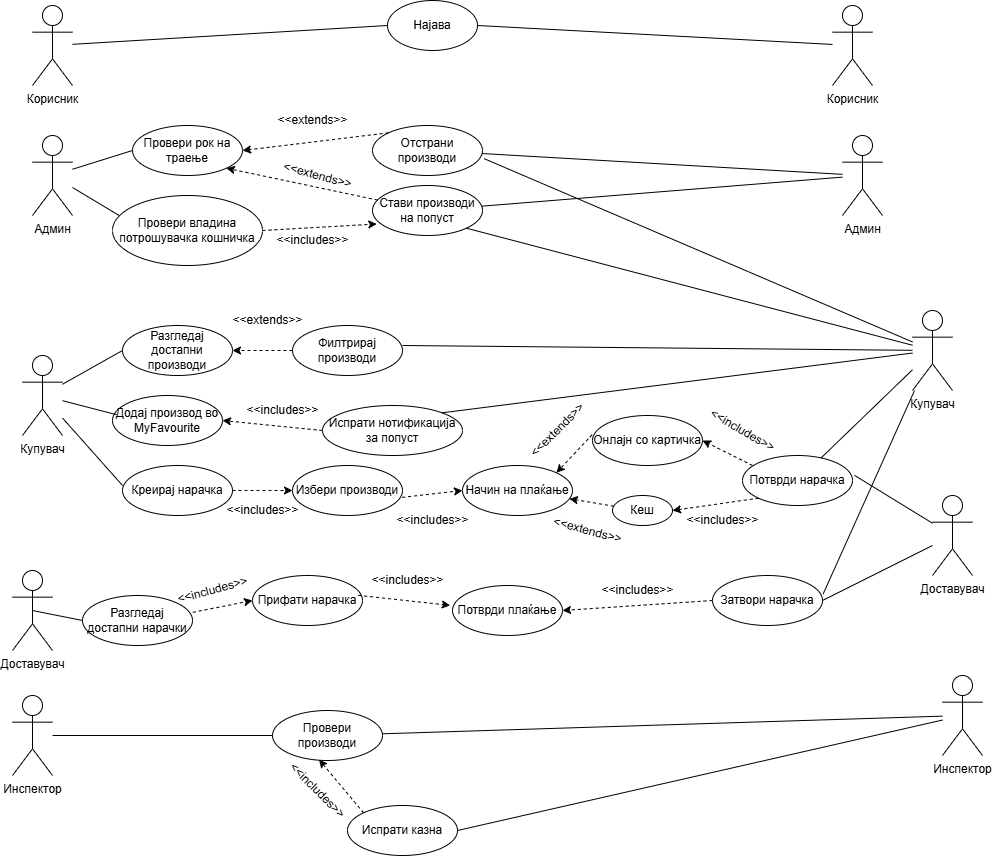
BorjanCFC/ADIS keeps this draw.io diagram as Seminarska/UseCaseDiagram.drawio.png. Above is the earlier version. Source tidied: cells renumbered, new cells last; positions are measured from the earlier drawing's top-left corner, leaving out a move shared by most shapes.
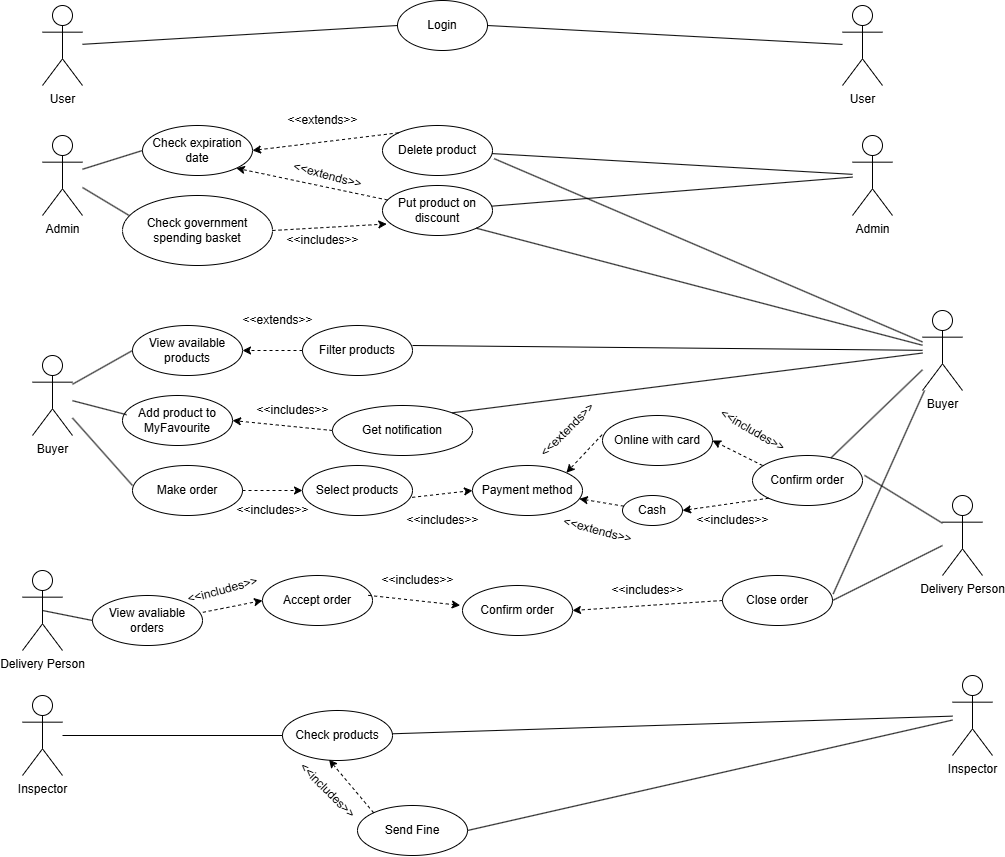
After the change.

Change to the diagram source:
```diff
@@ -2,13 +2,13 @@
   <root>
     <mxCell id="0" />
     <mxCell id="1" parent="0" />
-    <mxCell id="2" value="Корисник" style="shape=umlActor;verticalLabelPosition=bottom;verticalAlign=top;html=1;outlineConnect=0;" parent="1" vertex="1">
+    <mxCell id="2" value="User" style="shape=umlActor;verticalLabelPosition=bottom;verticalAlign=top;html=1;outlineConnect=0;" parent="1" vertex="1">
       <mxGeometry x="20" y="5" width="40" height="80" as="geometry" />
     </mxCell>
-    <mxCell id="3" value="Најава" style="ellipse;whiteSpace=wrap;html=1;" parent="1" vertex="1">
+    <mxCell id="3" value="Login" style="ellipse;whiteSpace=wrap;html=1;" parent="1" vertex="1">
       <mxGeometry x="375" width="90" height="50" as="geometry" />
     </mxCell>
-    <mxCell id="4" value="Корисник" style="shape=umlActor;verticalLabelPosition=bottom;verticalAlign=top;html=1;outlineConnect=0;" parent="1" vertex="1">
+    <mxCell id="4" value="User" style="shape=umlActor;verticalLabelPosition=bottom;verticalAlign=top;html=1;outlineConnect=0;" parent="1" vertex="1">
       <mxGeometry x="820" y="5" width="40" height="80" as="geometry" />
     </mxCell>
     <mxCell id="5" style="endArrow=none;html=1;rounded=0;entryX=0;entryY=0.5;entryDx=0;entryDy=0;" parent="1" edge="1" source="2" target="3">
@@ -17,19 +17,19 @@
     <mxCell id="6" style="endArrow=none;html=1;rounded=0;entryX=1;entryY=0.5;entryDx=0;entryDy=0;" parent="1" edge="1" source="4" target="3">
       <mxGeometry relative="1" as="geometry" />
     </mxCell>
-    <mxCell id="7" value="Админ" style="shape=umlActor;verticalLabelPosition=bottom;verticalAlign=top;html=1;outlineConnect=0;" parent="1" vertex="1">
+    <mxCell id="7" value="Admin" style="shape=umlActor;verticalLabelPosition=bottom;verticalAlign=top;html=1;outlineConnect=0;" parent="1" vertex="1">
       <mxGeometry x="20" y="135" width="40" height="80" as="geometry" />
     </mxCell>
-    <mxCell id="8" value="Стави производи&lt;br&gt;на попуст" style="ellipse;whiteSpace=wrap;html=1;" parent="1" vertex="1">
+    <mxCell id="8" value="Put product on discount" style="ellipse;whiteSpace=wrap;html=1;" parent="1" vertex="1">
       <mxGeometry x="360" y="185" width="110" height="50" as="geometry" />
     </mxCell>
-    <mxCell id="9" value="Провери рок на траење" style="ellipse;whiteSpace=wrap;html=1;" parent="1" vertex="1">
+    <mxCell id="9" value="Check expiration date" style="ellipse;whiteSpace=wrap;html=1;" parent="1" vertex="1">
       <mxGeometry x="120" y="125" width="110" height="50" as="geometry" />
     </mxCell>
-    <mxCell id="10" value="Отстрани производи" style="ellipse;whiteSpace=wrap;html=1;" parent="1" vertex="1">
+    <mxCell id="10" value="Delete product" style="ellipse;whiteSpace=wrap;html=1;" parent="1" vertex="1">
       <mxGeometry x="360" y="125" width="110" height="50" as="geometry" />
     </mxCell>
-    <mxCell id="11" value="Провери владина потрошувачка кошничка" style="ellipse;whiteSpace=wrap;html=1;" parent="1" vertex="1">
+    <mxCell id="11" value="Check government spending basket" style="ellipse;whiteSpace=wrap;html=1;" parent="1" vertex="1">
       <mxGeometry x="100" y="195" width="150" height="70" as="geometry" />
     </mxCell>
     <mxCell id="12" style="endArrow=none;html=1;rounded=0;entryX=0;entryY=0.5;entryDx=0;entryDy=0;" parent="1" edge="1" source="7" target="9">
@@ -56,10 +56,10 @@
     <mxCell id="19" value="&amp;lt;&amp;lt;extends&amp;gt;&amp;gt;" style="text;html=1;align=center;verticalAlign=middle;strokeColor=none;fillColor=none;rotation=15;" parent="1" vertex="1">
       <mxGeometry x="260" y="160" width="90" height="30" as="geometry" />
     </mxCell>
-    <mxCell id="20" value="Админ" style="shape=umlActor;verticalLabelPosition=bottom;verticalAlign=top;html=1;outlineConnect=0;" parent="1" vertex="1">
+    <mxCell id="20" value="Admin" style="shape=umlActor;verticalLabelPosition=bottom;verticalAlign=top;html=1;outlineConnect=0;" parent="1" vertex="1">
       <mxGeometry x="830" y="135" width="40" height="80" as="geometry" />
     </mxCell>
-    <mxCell id="21" value="Купувач" style="shape=umlActor;verticalLabelPosition=bottom;verticalAlign=top;html=1;outlineConnect=0;" parent="1" vertex="1">
+    <mxCell id="21" value="Buyer" style="shape=umlActor;verticalLabelPosition=bottom;verticalAlign=top;html=1;outlineConnect=0;" parent="1" vertex="1">
       <mxGeometry x="900" y="310" width="40" height="80" as="geometry" />
     </mxCell>
     <mxCell id="22" style="endArrow=none;html=1;rounded=0;" parent="1" edge="1" source="10" target="20">
@@ -74,19 +74,19 @@
     <mxCell id="25" style="endArrow=none;html=1;rounded=0;exitX=1;exitY=1;exitDx=0;exitDy=0;" parent="1" edge="1" source="8" target="21">
       <mxGeometry relative="1" as="geometry" />
     </mxCell>
-    <mxCell id="26" value="Купувач" style="shape=umlActor;verticalLabelPosition=bottom;verticalAlign=top;html=1;outlineConnect=0;" parent="1" vertex="1">
+    <mxCell id="26" value="Buyer" style="shape=umlActor;verticalLabelPosition=bottom;verticalAlign=top;html=1;outlineConnect=0;" parent="1" vertex="1">
       <mxGeometry x="10" y="355" width="40" height="80" as="geometry" />
     </mxCell>
-    <mxCell id="27" value="Разгледај достапни производи" style="ellipse;whiteSpace=wrap;html=1;" parent="1" vertex="1">
+    <mxCell id="27" value="View available products" style="ellipse;whiteSpace=wrap;html=1;" parent="1" vertex="1">
       <mxGeometry x="110" y="325" width="110" height="50" as="geometry" />
     </mxCell>
-    <mxCell id="28" value="Филтрирај производи" style="ellipse;whiteSpace=wrap;html=1;" parent="1" vertex="1">
+    <mxCell id="28" value="Filter products" style="ellipse;whiteSpace=wrap;html=1;" parent="1" vertex="1">
       <mxGeometry x="280" y="325" width="110" height="50" as="geometry" />
     </mxCell>
-    <mxCell id="29" value="Додај производ во MyFavourite" style="ellipse;whiteSpace=wrap;html=1;" parent="1" vertex="1">
+    <mxCell id="29" value="Add product to MyFavourite" style="ellipse;whiteSpace=wrap;html=1;" parent="1" vertex="1">
       <mxGeometry x="100" y="395" width="110" height="50" as="geometry" />
     </mxCell>
-    <mxCell id="30" value="Испрати нотификација за попуст" style="ellipse;whiteSpace=wrap;html=1;" parent="1" vertex="1">
+    <mxCell id="30" value="Get notification" style="ellipse;whiteSpace=wrap;html=1;" parent="1" vertex="1">
       <mxGeometry x="310" y="405" width="140" height="50" as="geometry" />
     </mxCell>
     <mxCell id="31" style="endArrow=classic;html=1;rounded=0;dashed=1;entryX=1;entryY=0.5;entryDx=0;entryDy=0;exitX=0;exitY=0.5;exitDx=0;exitDy=0;" parent="1" edge="1" source="30" target="29">
@@ -113,19 +113,19 @@
     <mxCell id="38" style="endArrow=none;html=1;rounded=0;entryX=0.037;entryY=0.384;entryDx=0;entryDy=0;entryPerimeter=0;" parent="1" edge="1" source="26" target="29">
       <mxGeometry relative="1" as="geometry" />
     </mxCell>
-    <mxCell id="39" value="Креирај нарачка" style="ellipse;whiteSpace=wrap;html=1;" parent="1" vertex="1">
+    <mxCell id="39" value="Make order" style="ellipse;whiteSpace=wrap;html=1;" parent="1" vertex="1">
       <mxGeometry x="110" y="465" width="110" height="50" as="geometry" />
     </mxCell>
     <mxCell id="40" style="endArrow=classic;html=1;rounded=0;exitX=1;exitY=0.5;exitDx=0;exitDy=0;dashed=1;" parent="1" edge="1" source="39" target="41">
       <mxGeometry relative="1" as="geometry" />
     </mxCell>
-    <mxCell id="41" value="Избери производи" style="ellipse;whiteSpace=wrap;html=1;" parent="1" vertex="1">
+    <mxCell id="41" value="Select products" style="ellipse;whiteSpace=wrap;html=1;" parent="1" vertex="1">
       <mxGeometry x="280" y="465" width="110" height="50" as="geometry" />
     </mxCell>
     <mxCell id="42" value="&amp;lt;&amp;lt;includes&amp;gt;&amp;gt;" style="text;html=1;align=center;verticalAlign=middle;strokeColor=none;fillColor=none;rotation=0;" parent="1" vertex="1">
       <mxGeometry x="200" y="495" width="100" height="30" as="geometry" />
     </mxCell>
-    <mxCell id="43" value="Начин на плаќање" style="ellipse;whiteSpace=wrap;html=1;" parent="1" vertex="1">
+    <mxCell id="43" value="Payment method" style="ellipse;whiteSpace=wrap;html=1;" parent="1" vertex="1">
       <mxGeometry x="450" y="465" width="110" height="50" as="geometry" />
     </mxCell>
     <mxCell id="44" style="endArrow=classic;html=1;rounded=0;exitX=0.997;exitY=0.637;exitDx=0;exitDy=0;dashed=1;exitPerimeter=0;entryX=0;entryY=0.5;entryDx=0;entryDy=0;" parent="1" edge="1" source="41" target="43">
@@ -134,10 +134,10 @@
     <mxCell id="45" value="&amp;lt;&amp;lt;includes&amp;gt;&amp;gt;" style="text;html=1;align=center;verticalAlign=middle;strokeColor=none;fillColor=none;rotation=0;" parent="1" vertex="1">
       <mxGeometry x="370" y="505" width="100" height="30" as="geometry" />
     </mxCell>
-    <mxCell id="46" value="Онлајн со картичка" style="ellipse;whiteSpace=wrap;html=1;" parent="1" vertex="1">
+    <mxCell id="46" value="Online with card" style="ellipse;whiteSpace=wrap;html=1;" parent="1" vertex="1">
       <mxGeometry x="580" y="415" width="110" height="50" as="geometry" />
     </mxCell>
-    <mxCell id="47" value="Кеш" style="ellipse;whiteSpace=wrap;html=1;" parent="1" vertex="1">
+    <mxCell id="47" value="Cash" style="ellipse;whiteSpace=wrap;html=1;" parent="1" vertex="1">
       <mxGeometry x="600" y="495" width="60" height="30" as="geometry" />
     </mxCell>
     <mxCell id="48" style="endArrow=classic;html=1;rounded=0;exitX=-0.003;exitY=0.383;exitDx=0;exitDy=0;dashed=1;exitPerimeter=0;entryX=1;entryY=0;entryDx=0;entryDy=0;" parent="1" edge="1" source="46" target="43">
@@ -152,7 +152,7 @@
     <mxCell id="51" value="&amp;lt;&amp;lt;extends&amp;gt;&amp;gt;" style="text;html=1;align=center;verticalAlign=middle;strokeColor=none;fillColor=none;rotation=15;" parent="1" vertex="1">
       <mxGeometry x="530" y="515" width="90" height="30" as="geometry" />
     </mxCell>
-    <mxCell id="52" value="Потврди нарачка" style="ellipse;whiteSpace=wrap;html=1;" parent="1" vertex="1">
+    <mxCell id="52" value="Confirm order" style="ellipse;whiteSpace=wrap;html=1;" parent="1" vertex="1">
       <mxGeometry x="730" y="455" width="110" height="50" as="geometry" />
     </mxCell>
     <mxCell id="53" style="endArrow=classic;html=1;rounded=0;dashed=1;entryX=1;entryY=0.5;entryDx=0;entryDy=0;exitX=0.091;exitY=0.2;exitDx=0;exitDy=0;exitPerimeter=0;" parent="1" edge="1" source="52" target="46">
@@ -173,28 +173,28 @@
     <mxCell id="58" style="endArrow=none;html=1;rounded=0;" parent="1" edge="1" source="52" target="21">
       <mxGeometry relative="1" as="geometry" />
     </mxCell>
-    <mxCell id="59" value="Доставувач" style="shape=umlActor;verticalLabelPosition=bottom;verticalAlign=top;html=1;outlineConnect=0;" parent="1" vertex="1">
+    <mxCell id="59" value="Delivery Person" style="shape=umlActor;verticalLabelPosition=bottom;verticalAlign=top;html=1;outlineConnect=0;" parent="1" vertex="1">
       <mxGeometry x="920" y="495" width="40" height="80" as="geometry" />
     </mxCell>
     <mxCell id="60" style="endArrow=none;html=1;rounded=0;exitX=1.018;exitY=0.397;exitDx=0;exitDy=0;exitPerimeter=0;" parent="1" edge="1" source="52" target="59">
       <mxGeometry relative="1" as="geometry" />
     </mxCell>
-    <mxCell id="61" value="Доставувач" style="shape=umlActor;verticalLabelPosition=bottom;verticalAlign=top;html=1;outlineConnect=0;" parent="1" vertex="1">
+    <mxCell id="61" value="&lt;span style=&quot;color: rgb(0, 0, 0);&quot;&gt;Delivery Person&lt;/span&gt;" style="shape=umlActor;verticalLabelPosition=bottom;verticalAlign=top;html=1;outlineConnect=0;" parent="1" vertex="1">
       <mxGeometry y="570" width="40" height="80" as="geometry" />
     </mxCell>
-    <mxCell id="62" value="Разгледај достапни нарачки" style="ellipse;whiteSpace=wrap;html=1;" parent="1" vertex="1">
+    <mxCell id="62" value="View avaliable orders" style="ellipse;whiteSpace=wrap;html=1;" parent="1" vertex="1">
       <mxGeometry x="70" y="595" width="110" height="50" as="geometry" />
     </mxCell>
     <mxCell id="63" style="endArrow=classic;html=1;rounded=0;dashed=1;exitX=1.003;exitY=0.337;exitDx=0;exitDy=0;exitPerimeter=0;entryX=0;entryY=0.5;entryDx=0;entryDy=0;" parent="1" edge="1" source="62" target="64">
       <mxGeometry relative="1" as="geometry" />
     </mxCell>
-    <mxCell id="64" value="Прифати нарачка" style="ellipse;whiteSpace=wrap;html=1;" parent="1" vertex="1">
+    <mxCell id="64" value="Accept order" style="ellipse;whiteSpace=wrap;html=1;" parent="1" vertex="1">
       <mxGeometry x="240" y="575" width="110" height="50" as="geometry" />
     </mxCell>
     <mxCell id="65" value="&amp;lt;&amp;lt;includes&amp;gt;&amp;gt;" style="text;html=1;align=center;verticalAlign=middle;strokeColor=none;fillColor=none;rotation=-15;" parent="1" vertex="1">
       <mxGeometry x="150" y="575" width="100" height="30" as="geometry" />
     </mxCell>
-    <mxCell id="66" value="Потврди плаќање" style="ellipse;whiteSpace=wrap;html=1;" parent="1" vertex="1">
+    <mxCell id="66" value="Confirm order" style="ellipse;whiteSpace=wrap;html=1;" parent="1" vertex="1">
       <mxGeometry x="440" y="585" width="110" height="50" as="geometry" />
     </mxCell>
     <mxCell id="67" style="endArrow=classic;html=1;rounded=0;exitX=0.961;exitY=0.397;exitDx=0;exitDy=0;dashed=1;exitPerimeter=0;entryX=-0.021;entryY=0.397;entryDx=0;entryDy=0;entryPerimeter=0;" parent="1" edge="1" source="64" target="66">
@@ -209,7 +209,7 @@
     <mxCell id="70" style="endArrow=classic;html=1;rounded=0;dashed=1;entryX=1;entryY=0.5;entryDx=0;entryDy=0;exitX=0;exitY=0.5;exitDx=0;exitDy=0;" parent="1" edge="1" source="71" target="66">
       <mxGeometry relative="1" as="geometry" />
     </mxCell>
-    <mxCell id="71" value="Затвори нарачка" style="ellipse;whiteSpace=wrap;html=1;" parent="1" vertex="1">
+    <mxCell id="71" value="Close order" style="ellipse;whiteSpace=wrap;html=1;" parent="1" vertex="1">
       <mxGeometry x="700" y="575" width="110" height="50" as="geometry" />
     </mxCell>
     <mxCell id="72" style="endArrow=none;html=1;rounded=0;exitX=1.006;exitY=0.37;exitDx=0;exitDy=0;exitPerimeter=0;" parent="1" edge="1" source="71" target="21">
@@ -221,13 +221,13 @@
     <mxCell id="74" style="endArrow=none;html=1;rounded=0;entryX=0;entryY=0.5;entryDx=0;entryDy=0;exitX=0.5;exitY=0.5;exitDx=0;exitDy=0;exitPerimeter=0;" parent="1" edge="1" source="61" target="62">
       <mxGeometry relative="1" as="geometry" />
     </mxCell>
-    <mxCell id="75" value="Инспектор" style="shape=umlActor;verticalLabelPosition=bottom;verticalAlign=top;html=1;outlineConnect=0;" parent="1" vertex="1">
+    <mxCell id="75" value="Inspector" style="shape=umlActor;verticalLabelPosition=bottom;verticalAlign=top;html=1;outlineConnect=0;" parent="1" vertex="1">
       <mxGeometry y="695" width="40" height="80" as="geometry" />
     </mxCell>
-    <mxCell id="76" value="Провери производи" style="ellipse;whiteSpace=wrap;html=1;" parent="1" vertex="1">
+    <mxCell id="76" value="Check products" style="ellipse;whiteSpace=wrap;html=1;" parent="1" vertex="1">
       <mxGeometry x="260" y="710" width="110" height="50" as="geometry" />
     </mxCell>
-    <mxCell id="77" value="Инспектор" style="shape=umlActor;verticalLabelPosition=bottom;verticalAlign=top;html=1;outlineConnect=0;" parent="1" vertex="1">
+    <mxCell id="77" value="Inspector" style="shape=umlActor;verticalLabelPosition=bottom;verticalAlign=top;html=1;outlineConnect=0;" parent="1" vertex="1">
       <mxGeometry x="930" y="675" width="40" height="80" as="geometry" />
     </mxCell>
     <mxCell id="78" style="endArrow=none;html=1;rounded=0;" parent="1" edge="1" source="75" target="76">
@@ -236,7 +236,7 @@
     <mxCell id="79" style="endArrow=none;html=1;rounded=0;" parent="1" edge="1" source="76" target="77">
       <mxGeometry relative="1" as="geometry" />
     </mxCell>
-    <mxCell id="80" value="Испрати казна" style="ellipse;whiteSpace=wrap;html=1;" parent="1" vertex="1">
+    <mxCell id="80" value="Send Fine" style="ellipse;whiteSpace=wrap;html=1;" parent="1" vertex="1">
       <mxGeometry x="335" y="805" width="110" height="50" as="geometry" />
     </mxCell>
     <mxCell id="81" style="endArrow=classic;html=1;rounded=0;dashed=1;exitX=0;exitY=0;exitDx=0;exitDy=0;entryX=0.423;entryY=0.983;entryDx=0;entryDy=0;entryPerimeter=0;" parent="1" edge="1" source="80" target="76">
```
